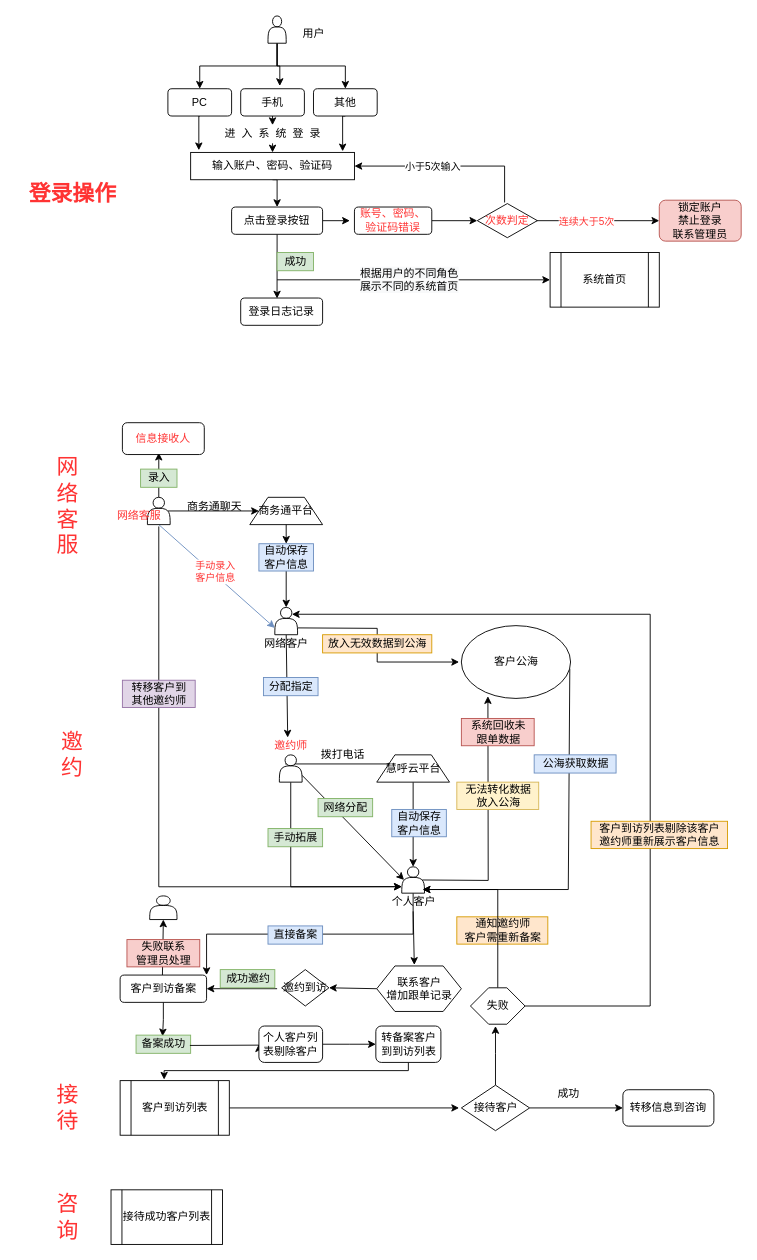
Before: Untitled Diagram.drawio in cdcmo/hgedu, a draw.io diagram. Source tidied: cells renumbered, new cells numbered last; positions are measured from the earlier drawing's top-left corner, leaving out a move shared by most shapes. Both pictures are drawn from the tidied source at 91%, with x=0, y=0 at pixel (22, 15).
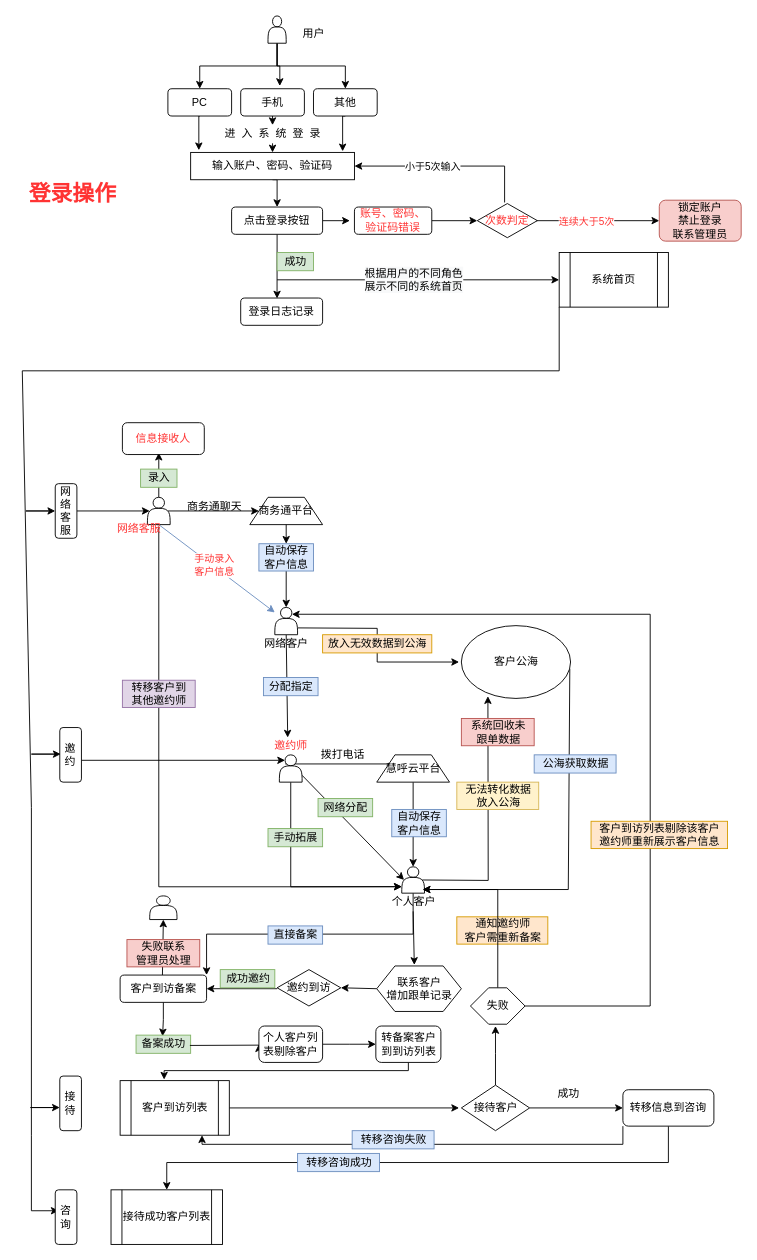
Above is the later version.

Unchanged cells that the change refers to:
```xml
<mxCell id="39" style="shape=actor;whiteSpace=wrap;html=1;fontColor=#FF3333;" parent="1" vertex="1">
  <mxGeometry x="137.5" y="529" width="25" height="30" as="geometry" />
</mxCell>
<mxCell id="48" style="shape=actor;whiteSpace=wrap;html=1;fontColor=#FF3333;" parent="1" vertex="1">
  <mxGeometry x="282.5" y="812" width="25" height="30" as="geometry" />
</mxCell>
<mxCell id="57" style="shape=actor;whiteSpace=wrap;html=1;fontColor=#FF3333;" parent="1" vertex="1">
  <mxGeometry x="277.5" y="650" width="25" height="30" as="geometry" />
</mxCell>
<mxCell id="81" value="客户到访列表" style="shape=process;whiteSpace=wrap;html=1;backgroundOutline=1;fontColor=#000000;" parent="1" vertex="1">
  <mxGeometry x="107.5" y="1170" width="120" height="60" as="geometry" />
</mxCell>
<mxCell id="91" value="转移信息到咨询" style="rounded=1;whiteSpace=wrap;html=1;fontColor=#000000;" parent="1" vertex="1">
  <mxGeometry x="660" y="1180" width="100" height="40" as="geometry" />
</mxCell>
<mxCell id="95" value="接待成功客户列表" style="shape=process;whiteSpace=wrap;html=1;backgroundOutline=1;fontColor=#000000;" parent="1" vertex="1">
  <mxGeometry x="97.5" y="1290" width="122.5" height="60" as="geometry" />
</mxCell>
```

Change to the diagram source:
```diff
@@
+    <mxCell id="110" style="edgeStyle=none;rounded=0;jettySize=auto;html=1;exitX=0;exitY=1;exitDx=0;exitDy=0;fontColor=#000000;entryX=0.158;entryY=0.383;entryDx=0;entryDy=0;entryPerimeter=0;" parent="1" edge="1" source="32" target="92">
+      <mxGeometry relative="1" as="geometry">
+        <Array as="points">
+          <mxPoint x="590" y="390" />
+          <mxPoint y="390" />
+          <mxPoint x="10" y="870" />
+          <mxPoint x="10" y="1110" />
+          <mxPoint x="10" y="1230" />
+          <mxPoint x="10" y="1313" />
+        </Array>
+      </mxGeometry>
+    </mxCell>
     <mxCell id="32" value="&lt;font color=&quot;#000000&quot;&gt;系统首页&lt;/font&gt;" style="shape=process;whiteSpace=wrap;html=1;backgroundOutline=1;fontColor=#FF3333;" parent="1" vertex="1">
-      <mxGeometry x="580" y="260" width="120" height="60" as="geometry" />
+      <mxGeometry x="590" y="260" width="120" height="60" as="geometry" />
     </mxCell>
@@
-    <mxCell id="35" style="edgeStyle=none;rounded=0;jettySize=auto;html=1;exitX=0.5;exitY=1;exitDx=0;exitDy=0;fontColor=#FF3333;entryX=0;entryY=0.75;entryDx=0;entryDy=0;fillColor=#dae8fc;strokeColor=#6c8ebf;" parent="1" edge="1" source="39" target="57">
+    <mxCell id="35" style="edgeStyle=none;rounded=0;jettySize=auto;html=1;exitX=0.5;exitY=1;exitDx=0;exitDy=0;fontColor=#FF3333;fillColor=#dae8fc;strokeColor=#6c8ebf;" parent="1" edge="1" source="39" target="57">
       <mxGeometry relative="1" as="geometry" />
     </mxCell>
@@
     <mxCell id="40" value="网络客服" style="text;html=1;align=center;verticalAlign=middle;fontColor=#FF3333;" parent="1" vertex="1">
-      <mxGeometry x="97.5" y="539" width="60" height="20" as="geometry" />
+      <mxGeometry x="97.5" y="554" width="60" height="20" as="geometry" />
     </mxCell>
@@
     <mxCell id="75" value="&lt;span&gt;邀约到访&lt;/span&gt;" style="rhombus;whiteSpace=wrap;html=1;fontColor=#000000;" parent="1" vertex="1">
-      <mxGeometry x="285" y="1048" width="52" height="40" as="geometry" />
+      <mxGeometry x="280" y="1048" width="70" height="40" as="geometry" />
     </mxCell>
@@
-    <mxCell id="83" value="&lt;font style=&quot;font-size: 24px&quot; color=&quot;#ff3333&quot;&gt;接待&lt;/font&gt;" style="text;html=1;strokeColor=none;fillColor=none;align=center;verticalAlign=middle;whiteSpace=wrap;rounded=0;fontColor=#000000;" parent="1" vertex="1">
-      <mxGeometry x="30" y="1190" width="40" height="20" as="geometry" />
-    </mxCell>
@@
+    <mxCell id="111" style="edgeStyle=elbowEdgeStyle;rounded=0;jettySize=auto;elbow=vertical;html=1;exitX=0.5;exitY=1;exitDx=0;exitDy=0;entryX=0.5;entryY=0;entryDx=0;entryDy=0;fontColor=#000000;" parent="1" edge="1" source="91" target="95">
+      <mxGeometry relative="1" as="geometry">
+        <Array as="points">
+          <mxPoint x="510" y="1260" />
+        </Array>
+      </mxGeometry>
+    </mxCell>
+    <mxCell id="112" style="edgeStyle=elbowEdgeStyle;rounded=0;jettySize=auto;elbow=vertical;html=1;exitX=0;exitY=1;exitDx=0;exitDy=0;entryX=0.75;entryY=1;entryDx=0;entryDy=0;fontColor=#000000;" parent="1" edge="1" source="91" target="81">
+      <mxGeometry relative="1" as="geometry">
+        <Array as="points">
+          <mxPoint x="450" y="1240" />
+          <mxPoint x="450" y="1240" />
+          <mxPoint x="210" y="1230" />
+          <mxPoint x="480" y="1240" />
+          <mxPoint x="440" y="1230" />
+        </Array>
+      </mxGeometry>
+    </mxCell>
@@
-    <mxCell id="92" value="&lt;font color=&quot;#ff3333&quot;&gt;&lt;span style=&quot;font-size: 24px&quot;&gt;咨询&lt;/span&gt;&lt;/font&gt;" style="text;html=1;strokeColor=none;fillColor=none;align=center;verticalAlign=middle;whiteSpace=wrap;rounded=0;fontColor=#000000;" parent="1" vertex="1">
-      <mxGeometry x="30" y="1310" width="40" height="20" as="geometry" />
-    </mxCell>
@@
-    <mxCell id="96" value="&lt;font style=&quot;font-size: 24px&quot; color=&quot;#ff3333&quot;&gt;邀约&lt;/font&gt;" style="text;html=1;strokeColor=none;fillColor=none;align=center;verticalAlign=middle;whiteSpace=wrap;rounded=0;fontColor=#000000;" parent="1" vertex="1">
-      <mxGeometry x="35" y="802" width="40" height="20" as="geometry" />
-    </mxCell>
-    <mxCell id="97" value="&lt;font style=&quot;font-size: 24px&quot; color=&quot;#ff3333&quot;&gt;网络客服&lt;/font&gt;" style="text;html=1;strokeColor=none;fillColor=none;align=center;verticalAlign=middle;whiteSpace=wrap;rounded=0;fontColor=#000000;" parent="1" vertex="1">
-      <mxGeometry x="30" y="529" width="40" height="20" as="geometry" />
-    </mxCell>
@@
+    <mxCell id="113" value="转移咨询成功" style="text;html=1;align=center;verticalAlign=middle;fillColor=#dae8fc;strokeColor=#6c8ebf;" parent="1" vertex="1">
+      <mxGeometry x="302.5" y="1250" width="90" height="20" as="geometry" />
+    </mxCell>
+    <mxCell id="114" value="转移咨询失败" style="text;html=1;align=center;verticalAlign=middle;fillColor=#dae8fc;strokeColor=#6c8ebf;" parent="1" vertex="1">
+      <mxGeometry x="362.5" y="1225" width="90" height="20" as="geometry" />
+    </mxCell>
+    <mxCell id="115" style="edgeStyle=none;rounded=0;orthogonalLoop=1;jettySize=auto;html=1;exitX=0.5;exitY=0;exitDx=0;exitDy=0;fontColor=#000000;" parent="1" edge="1">
+      <mxGeometry relative="1" as="geometry">
+        <mxPoint x="45" y="810" as="sourcePoint" />
+        <mxPoint x="45" y="810" as="targetPoint" />
+      </mxGeometry>
+    </mxCell>
+    <mxCell id="92" value="咨询" style="rounded=1;whiteSpace=wrap;html=1;fontColor=#000000;" parent="1" vertex="1">
+      <mxGeometry x="36.2" y="1290" width="23.8" height="60" as="geometry" />
+    </mxCell>
+    <mxCell id="83" value="接待" style="rounded=1;whiteSpace=wrap;html=1;fontColor=#000000;" parent="1" vertex="1">
+      <mxGeometry x="41.2" y="1165" width="23.8" height="60" as="geometry" />
+    </mxCell>
+    <mxCell id="116" style="edgeStyle=none;rounded=0;jettySize=auto;html=1;entryX=0.25;entryY=0.2;entryDx=0;entryDy=0;entryPerimeter=0;fontColor=#000000;" parent="1" edge="1" target="48">
+      <mxGeometry relative="1" as="geometry">
+        <mxPoint x="65" y="818" as="sourcePoint" />
+      </mxGeometry>
+    </mxCell>
+    <mxCell id="96" value="邀约" style="rounded=1;whiteSpace=wrap;html=1;fontColor=#000000;" parent="1" vertex="1">
+      <mxGeometry x="41.2" y="782" width="23.8" height="60" as="geometry" />
+    </mxCell>
+    <mxCell id="117" style="edgeStyle=none;rounded=0;jettySize=auto;html=1;exitX=0;exitY=0.5;exitDx=0;exitDy=0;fontColor=#000000;entryX=0;entryY=0.5;entryDx=0;entryDy=0;" parent="1" edge="1" target="97">
+      <mxGeometry relative="1" as="geometry">
+        <mxPoint x="30.2" y="544" as="sourcePoint" />
+        <Array as="points">
+          <mxPoint x="4" y="544" />
+        </Array>
+      </mxGeometry>
+    </mxCell>
+    <mxCell id="118" style="edgeStyle=none;rounded=0;jettySize=auto;html=1;exitX=1;exitY=0.5;exitDx=0;exitDy=0;fontColor=#000000;entryX=0.1;entryY=0.5;entryDx=0;entryDy=0;entryPerimeter=0;" parent="1" edge="1" source="97" target="39">
+      <mxGeometry relative="1" as="geometry" />
+    </mxCell>
+    <mxCell id="97" value="网络客服" style="rounded=1;whiteSpace=wrap;html=1;fontColor=#000000;" parent="1" vertex="1">
+      <mxGeometry x="36.2" y="514" width="23.8" height="60" as="geometry" />
+    </mxCell>
+    <mxCell id="119" style="edgeStyle=none;rounded=0;orthogonalLoop=1;jettySize=auto;html=1;exitX=0;exitY=0.5;exitDx=0;exitDy=0;fontColor=#000000;entryX=0;entryY=0.5;entryDx=0;entryDy=0;" parent="1" edge="1">
+      <mxGeometry relative="1" as="geometry">
+        <mxPoint x="36.2" y="811.2" as="sourcePoint" />
+        <mxPoint x="42.2" y="811.2" as="targetPoint" />
+        <Array as="points">
+          <mxPoint x="10" y="811.2" />
+        </Array>
+      </mxGeometry>
+    </mxCell>
+    <mxCell id="120" style="edgeStyle=none;rounded=0;orthogonalLoop=1;jettySize=auto;html=1;exitX=0;exitY=0.5;exitDx=0;exitDy=0;fontColor=#000000;entryX=0;entryY=0.5;entryDx=0;entryDy=0;" parent="1" edge="1">
+      <mxGeometry relative="1" as="geometry">
+        <mxPoint x="35.2" y="1199.6" as="sourcePoint" />
+        <mxPoint x="41.2" y="1199.6" as="targetPoint" />
+        <Array as="points">
+          <mxPoint x="9" y="1199.6" />
+        </Array>
+      </mxGeometry>
+    </mxCell>
```
